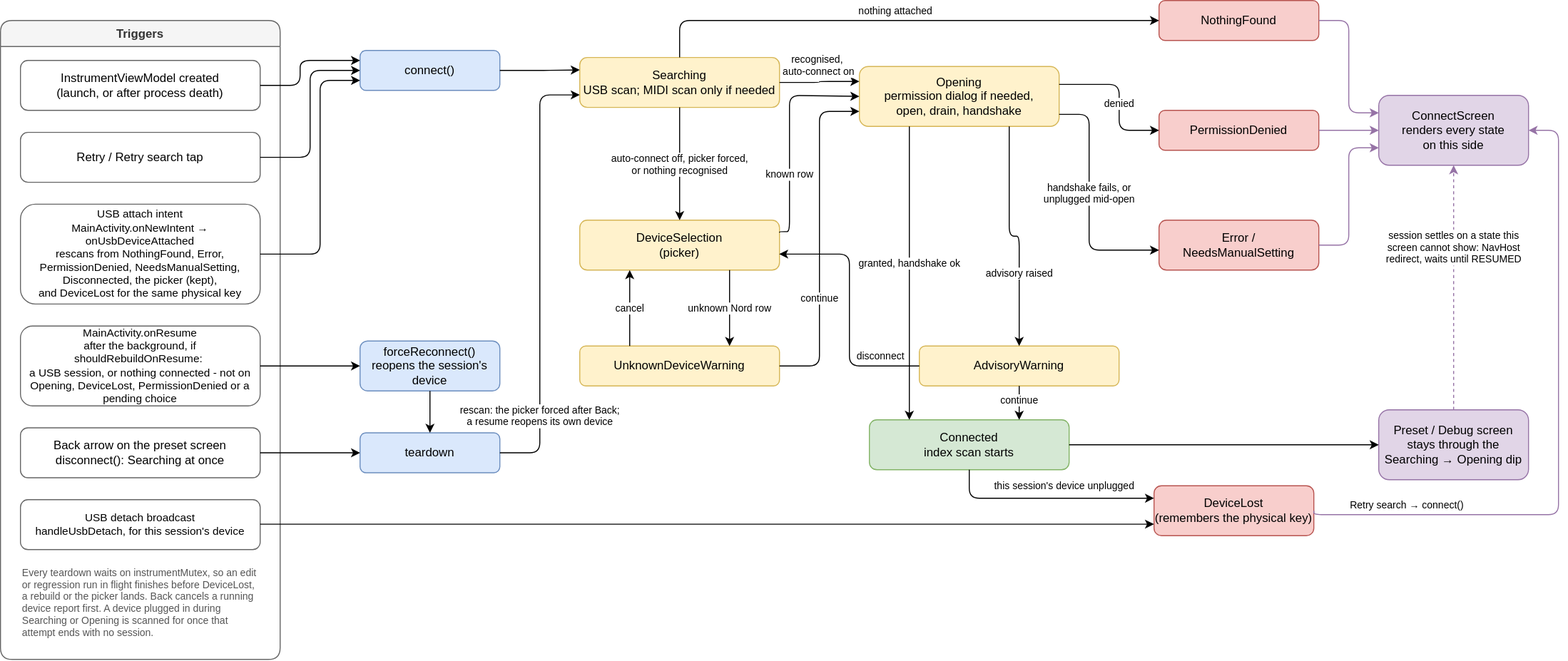
Earlier version of the draw.io export docs/usb_session.svg (steinachim/patchpilot). Source tidied: cells renumbered, new cells last; positions are measured from the earlier drawing's top-left corner, leaving out a move shared by most shapes.
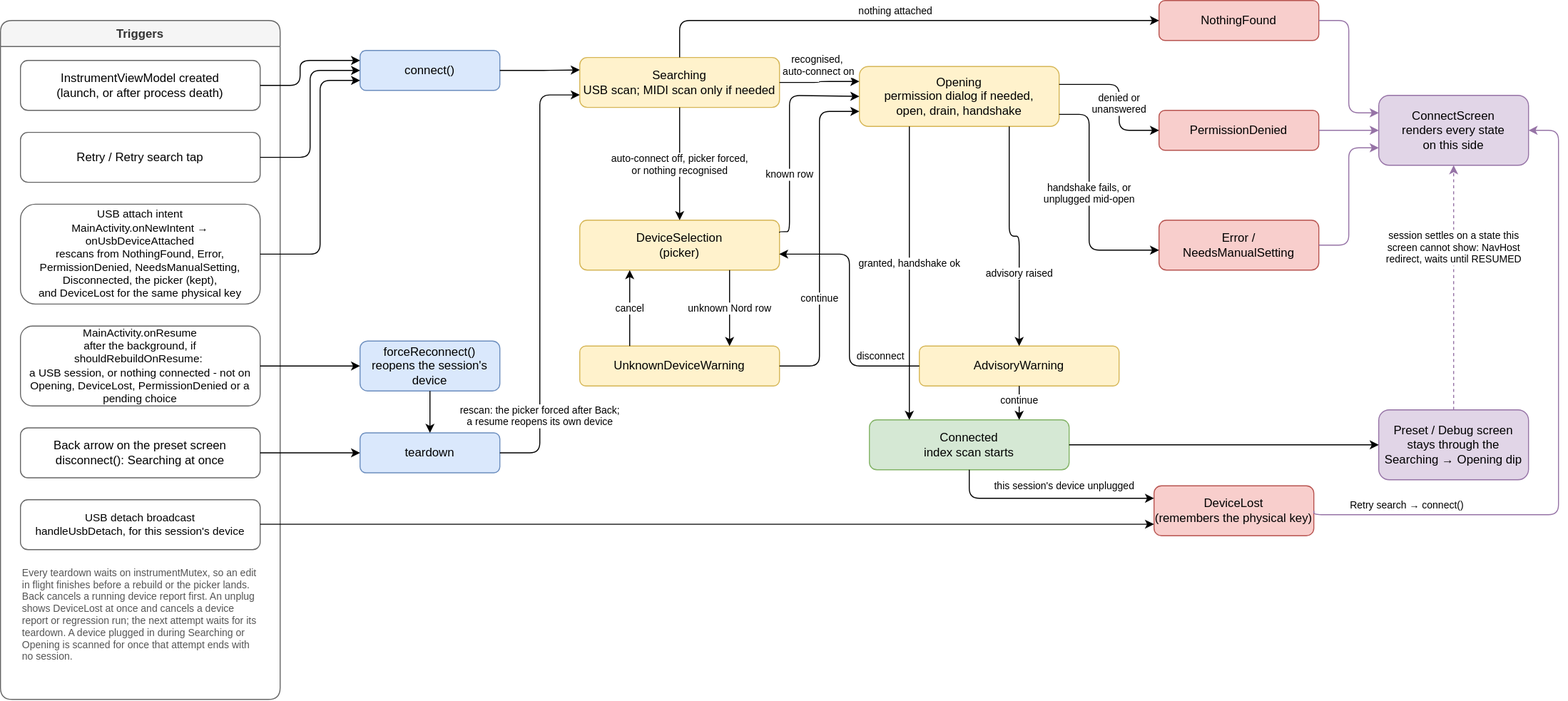
The same file after the commit.

The edit, as a diff of the source:
```diff
@@ -3,7 +3,7 @@
     <mxCell id="0" />
     <mxCell id="1" parent="0" />
     <mxCell id="2" value="Triggers" style="swimlane;fontStyle=1;horizontal=1;startSize=26;fillColor=#f5f5f5;strokeColor=#666666;fontColor=#333333;rounded=1;" parent="1" vertex="1">
-      <mxGeometry y="20" width="280" height="640" as="geometry" />
+      <mxGeometry y="20" width="280" height="680" as="geometry" />
     </mxCell>
     <mxCell id="3" value="InstrumentViewModel created&#10;(launch, or after process death)" style="rounded=1;whiteSpace=wrap;html=1;fillColor=#ffffff;strokeColor=#666666;" parent="2" vertex="1">
       <mxGeometry x="20" y="40" width="240" height="50" as="geometry" />
@@ -23,8 +23,8 @@
     <mxCell id="8" value="USB detach broadcast&#10;handleUsbDetach, for this session's device" style="rounded=1;whiteSpace=wrap;html=1;fillColor=#ffffff;strokeColor=#666666;fontSize=11;" parent="2" vertex="1">
       <mxGeometry x="20" y="480" width="240" height="50" as="geometry" />
     </mxCell>
-    <mxCell id="9" value="Every teardown waits on instrumentMutex, so an edit or regression run in flight finishes before DeviceLost, a rebuild or the picker lands. Back cancels a running device report first. A device plugged in during Searching or Opening is scanned for once that attempt ends with no session." style="text;html=1;whiteSpace=wrap;align=left;verticalAlign=top;fontSize=10;fontColor=#555555;" parent="2" vertex="1">
-      <mxGeometry x="20" y="541" width="240" height="80" as="geometry" />
+    <mxCell id="9" value="Every teardown waits on instrumentMutex, so an edit in flight finishes before a rebuild or the picker lands. Back cancels a running device report first. An unplug shows DeviceLost at once and cancels a device report or regression run; the next attempt waits for its teardown. A device plugged in during Searching or Opening is scanned for once that attempt ends with no session." style="text;html=1;whiteSpace=wrap;align=left;verticalAlign=top;fontSize=10;fontColor=#555555;" parent="2" vertex="1">
+      <mxGeometry x="20" y="541" width="240" height="130" as="geometry" />
     </mxCell>
     <mxCell id="10" value="connect()" style="rounded=1;whiteSpace=wrap;html=1;fillColor=#dae8fc;strokeColor=#6c8ebf;" parent="1" vertex="1">
       <mxGeometry x="360" y="50" width="140" height="40" as="geometry" />
@@ -145,7 +145,7 @@
         </Array>
       </mxGeometry>
     </mxCell>
-    <mxCell id="39" value="denied" style="edgeStyle=orthogonalEdgeStyle;rounded=1;html=1;exitX=1;exitY=0.3;entryX=0;entryY=0.5;fontSize=10;labelBackgroundColor=#ffffff;" parent="1" edge="1" source="16" target="20">
+    <mxCell id="39" value="denied or&lt;br&gt;unanswered" style="edgeStyle=orthogonalEdgeStyle;rounded=1;html=1;exitX=1;exitY=0.3;entryX=0;entryY=0.5;fontSize=10;labelBackgroundColor=#ffffff;" parent="1" edge="1" source="16" target="20">
       <mxGeometry x="0.08" relative="1" as="geometry">
         <Array as="points">
           <mxPoint x="1120" y="84" />
```
